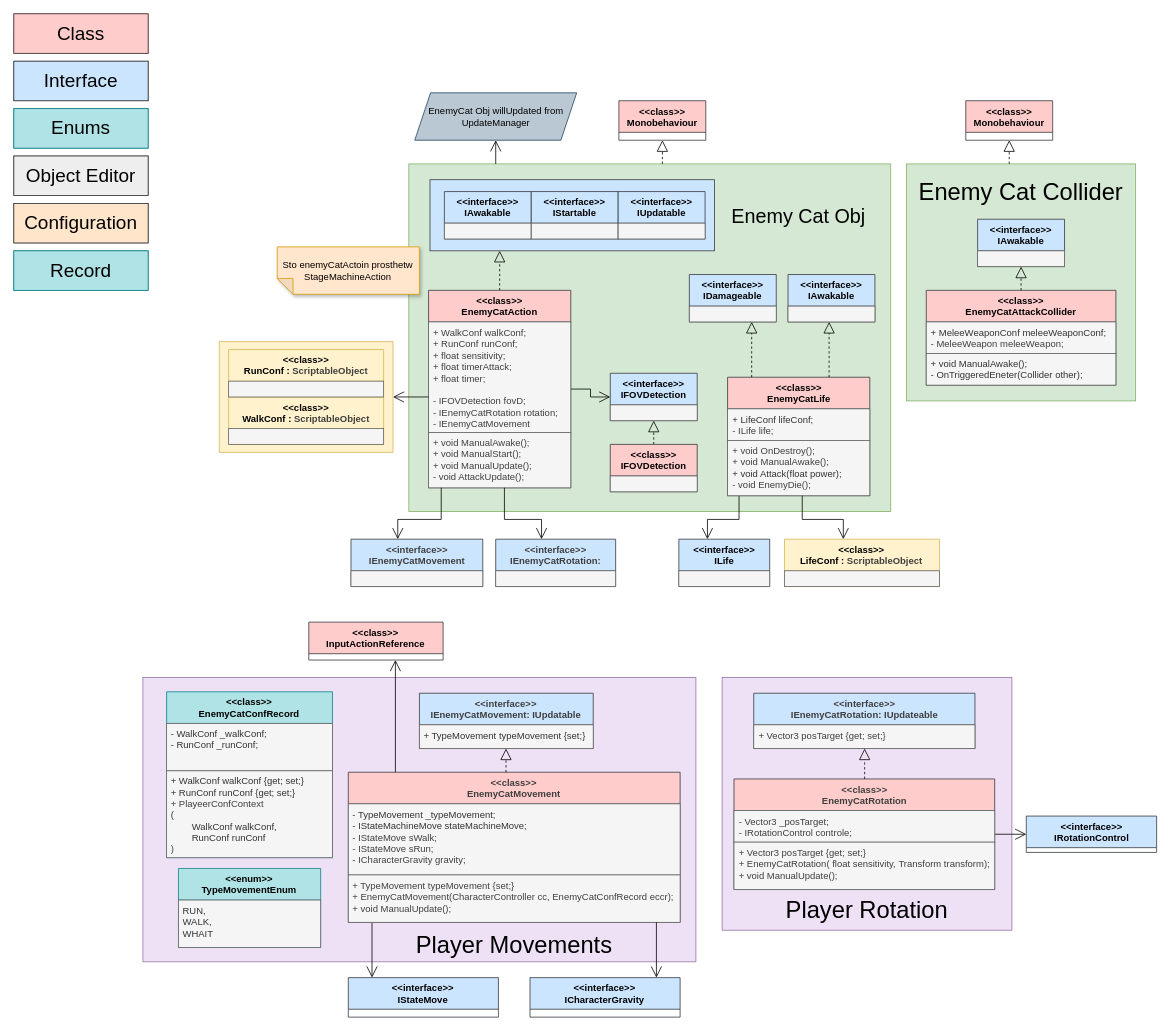
This is doc/Class_Diagram_EnemyCat.drawio from OGecgo/TheCatCult, a draw.io file, before an edit. Source tidied: cells renumbered, new cells numbered last; positions are measured from the earlier drawing's top-left corner, leaving out a move shared by most shapes. Both pictures are drawn from the tidied source at 79%, with x=0, y=0 at pixel (13, 13).
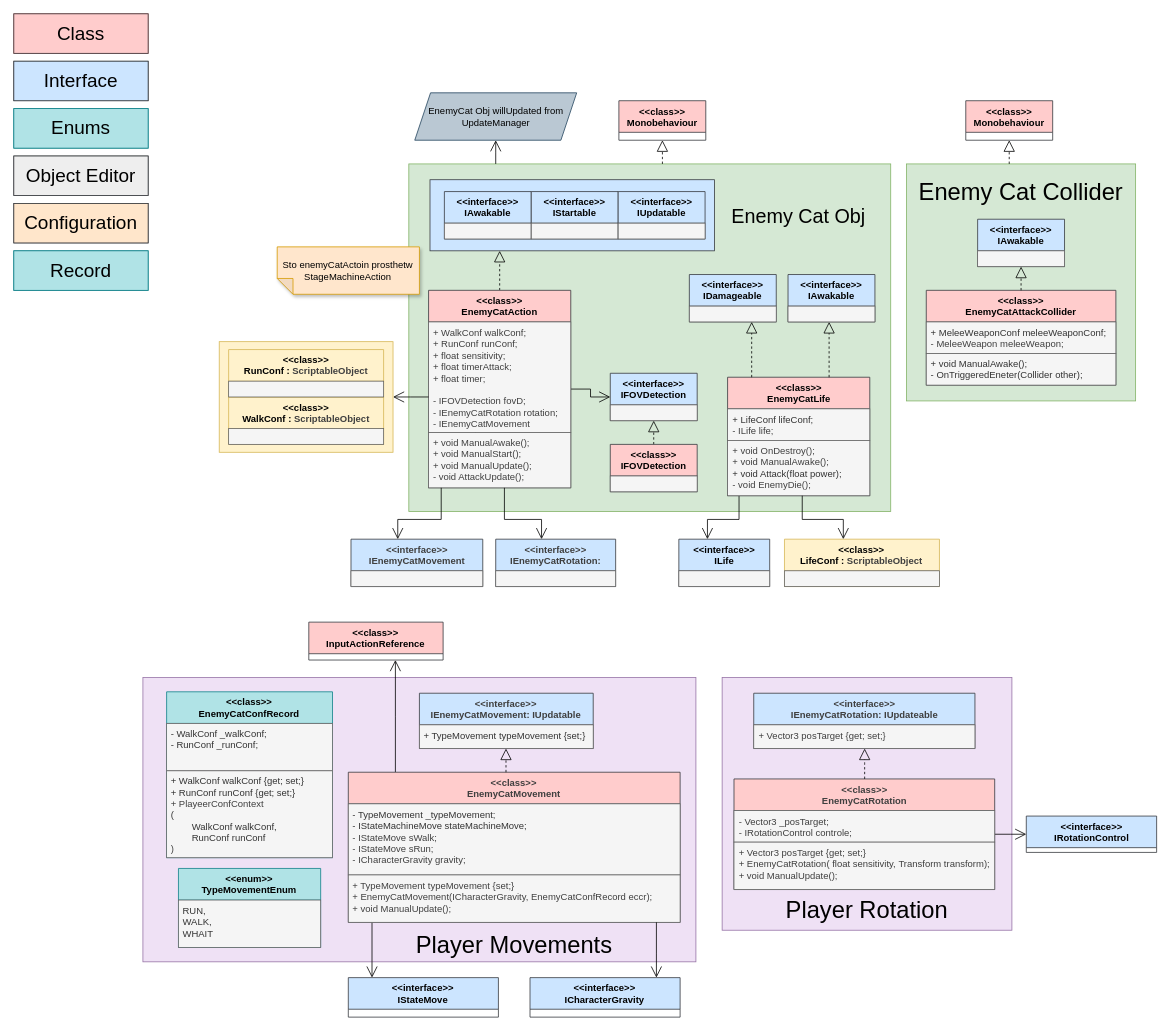
After the change.

Unchanged cells that the change refers to:
```xml
<mxCell id="90" value="&lt;div style=&quot;color: rgb(63, 63, 63); scrollbar-color: rgb(226, 226, 226) rgb(251, 251, 251);&quot;&gt;&amp;lt;&amp;lt;class&amp;gt;&amp;gt;&lt;/div&gt;&lt;div style=&quot;color: rgb(63, 63, 63); scrollbar-color: rgb(226, 226, 226) rgb(251, 251, 251);&quot;&gt;EnemyCatMovement&lt;/div&gt;" style="swimlane;fontStyle=1;align=center;verticalAlign=top;horizontal=1;startSize=40;whiteSpace=wrap;html=1;fillColor=#ffcccc;strokeColor=#36393d;" parent="1" vertex="1">
  <mxGeometry x="423.4" y="960" width="420" height="190" as="geometry" />
</mxCell>
```

Change to the diagram source:
```diff
@@
-    <mxCell id="92" value="&lt;div style=&quot;color: rgb(63, 63, 63); scrollbar-color: rgb(226, 226, 226) rgb(251, 251, 251);&quot;&gt;+ TypeMovement typeMovement {set;}&lt;/div&gt;&lt;div style=&quot;color: rgb(63, 63, 63); scrollbar-color: rgb(226, 226, 226) rgb(251, 251, 251);&quot;&gt;+ EnemyCatMovement(CharacterController cc, EnemyCatConfRecord eccr);&lt;/div&gt;&lt;div style=&quot;color: rgb(63, 63, 63); scrollbar-color: rgb(226, 226, 226) rgb(251, 251, 251);&quot;&gt;&lt;div style=&quot;color: rgb(63, 63, 63); scrollbar-color: rgb(226, 226, 226) rgb(251, 251, 251);&quot;&gt;&lt;span style=&quot;background-color: transparent;&quot;&gt;+ void ManualUpdate();&lt;/span&gt;&lt;/div&gt;&lt;/div&gt;" style="text;align=left;verticalAlign=top;spacingLeft=4;spacingRight=4;overflow=hidden;whiteSpace=wrap;html=1;fillColor=#f5f5f5;fontColor=#333333;strokeColor=#666666;" parent="90" vertex="1">
+    <mxCell id="92" value="&lt;div style=&quot;color: rgb(63, 63, 63); scrollbar-color: rgb(226, 226, 226) rgb(251, 251, 251);&quot;&gt;+ TypeMovement typeMovement {set;}&lt;/div&gt;&lt;div style=&quot;color: rgb(63, 63, 63); scrollbar-color: rgb(226, 226, 226) rgb(251, 251, 251);&quot;&gt;+ EnemyCatMovement(ICharacterGravity, EnemyCatConfRecord eccr);&lt;/div&gt;&lt;div style=&quot;color: rgb(63, 63, 63); scrollbar-color: rgb(226, 226, 226) rgb(251, 251, 251);&quot;&gt;&lt;div style=&quot;color: rgb(63, 63, 63); scrollbar-color: rgb(226, 226, 226) rgb(251, 251, 251);&quot;&gt;&lt;span style=&quot;background-color: transparent;&quot;&gt;+ void ManualUpdate();&lt;/span&gt;&lt;/div&gt;&lt;/div&gt;" style="text;align=left;verticalAlign=top;spacingLeft=4;spacingRight=4;overflow=hidden;whiteSpace=wrap;html=1;fillColor=#f5f5f5;fontColor=#333333;strokeColor=#666666;" parent="90" vertex="1">
       <mxGeometry y="130" width="420" height="60" as="geometry" />
     </mxCell>
```
